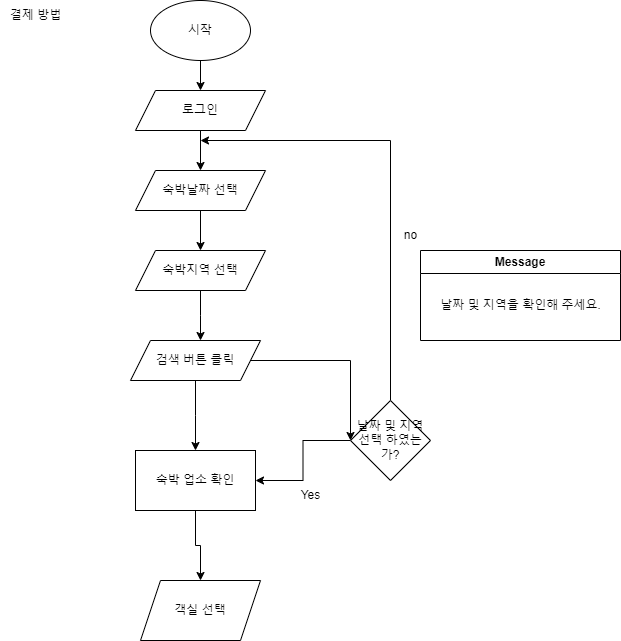
Before: 2023-12-29.drawio.png, a diagram exported from draw.io (rbghrla/study). Source tidied: cells renumbered, new cells last; positions are measured from the earlier drawing's top-left corner, leaving out a move shared by most shapes.
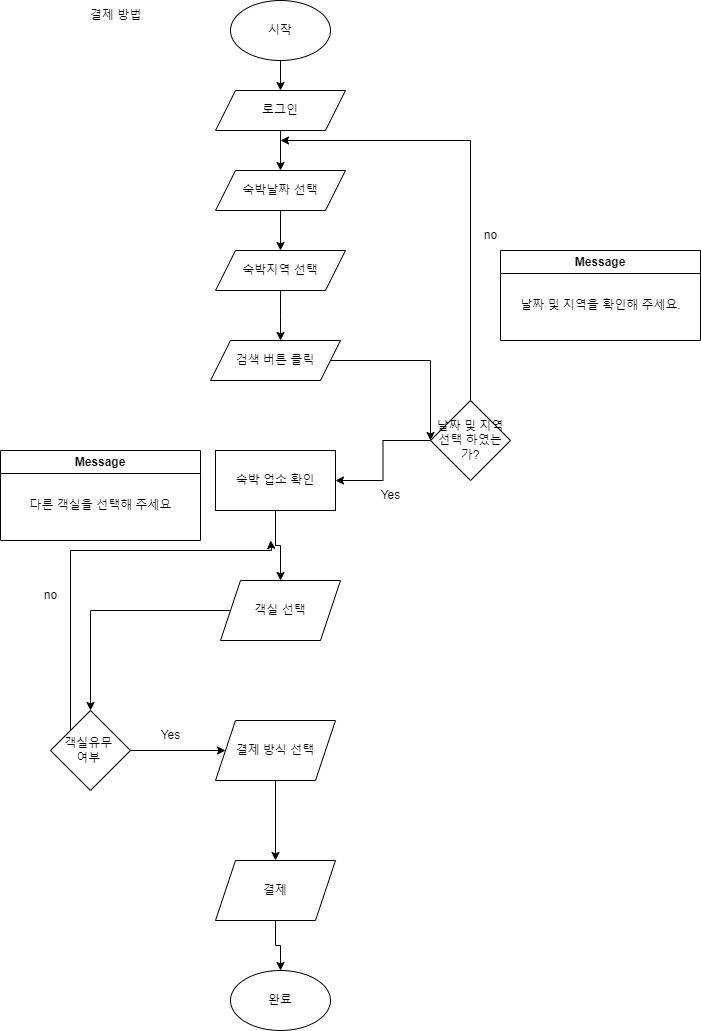
After the commit.

What changed in the source:
```diff
@@ -40,11 +40,6 @@
         </Array>
       </mxGeometry>
     </mxCell>
-    <mxCell id="12" style="edgeStyle=orthogonalEdgeStyle;rounded=0;jettySize=auto;html=1;" parent="1" edge="1" source="13">
-      <mxGeometry relative="1" as="geometry">
-        <mxPoint x="195" y="450" as="targetPoint" />
-      </mxGeometry>
-    </mxCell>
     <mxCell id="13" value="검색 버튼 클릭" style="shape=parallelogram;perimeter=parallelogramPerimeter;whiteSpace=wrap;html=1;fixedSize=1;" parent="1" vertex="1">
       <mxGeometry x="130" y="340" width="130" height="40" as="geometry" />
     </mxCell>
@@ -77,11 +72,56 @@
     <mxCell id="21" value="숙박 업소 확인" style="rounded=0;whiteSpace=wrap;html=1;" parent="1" vertex="1">
       <mxGeometry x="135" y="450" width="120" height="60" as="geometry" />
     </mxCell>
+    <mxCell id="24" style="edgeStyle=orthogonalEdgeStyle;rounded=0;jettySize=auto;html=1;" parent="1" edge="1" source="22" target="27">
+      <mxGeometry relative="1" as="geometry" />
+    </mxCell>
     <mxCell id="22" value="객실 선택" style="shape=parallelogram;perimeter=parallelogramPerimeter;whiteSpace=wrap;html=1;fixedSize=1;" parent="1" vertex="1">
       <mxGeometry x="140" y="580" width="120" height="60" as="geometry" />
     </mxCell>
     <mxCell id="23" value="Yes" style="text;html=1;align=center;verticalAlign=middle;strokeColor=none;fillColor=none;" parent="1" vertex="1">
       <mxGeometry x="290" y="480" width="40" height="30" as="geometry" />
     </mxCell>
+    <mxCell id="25" style="edgeStyle=orthogonalEdgeStyle;rounded=0;jettySize=auto;html=1;exitX=0;exitY=0;exitDx=0;exitDy=0;" parent="1" edge="1" source="27">
+      <mxGeometry relative="1" as="geometry">
+        <mxPoint x="190" y="540" as="targetPoint" />
+        <Array as="points">
+          <mxPoint x="-10" y="550" />
+          <mxPoint x="191" y="550" />
+        </Array>
+      </mxGeometry>
+    </mxCell>
+    <mxCell id="26" style="edgeStyle=orthogonalEdgeStyle;rounded=0;jettySize=auto;html=1;exitX=1;exitY=0.5;exitDx=0;exitDy=0;entryX=0;entryY=0.5;entryDx=0;entryDy=0;" parent="1" edge="1" source="27" target="29">
+      <mxGeometry relative="1" as="geometry" />
+    </mxCell>
+    <mxCell id="27" value="객실유무&amp;nbsp;&lt;br&gt;여부&amp;nbsp;" style="rhombus;whiteSpace=wrap;html=1;" parent="1" vertex="1">
+      <mxGeometry x="-30" y="710" width="80" height="80" as="geometry" />
+    </mxCell>
+    <mxCell id="28" style="edgeStyle=orthogonalEdgeStyle;rounded=0;jettySize=auto;html=1;" parent="1" edge="1" source="29" target="35">
+      <mxGeometry relative="1" as="geometry" />
+    </mxCell>
+    <mxCell id="29" value="결제 방식 선택" style="shape=parallelogram;perimeter=parallelogramPerimeter;whiteSpace=wrap;html=1;fixedSize=1;" parent="1" vertex="1">
+      <mxGeometry x="135" y="720" width="120" height="60" as="geometry" />
+    </mxCell>
+    <mxCell id="30" value="no" style="text;html=1;align=center;verticalAlign=middle;strokeColor=none;fillColor=none;" parent="1" vertex="1">
+      <mxGeometry x="-50" y="580" width="40" height="30" as="geometry" />
+    </mxCell>
+    <mxCell id="31" value="Message" style="swimlane;whiteSpace=wrap;html=1;" parent="1" vertex="1">
+      <mxGeometry x="-80" y="450" width="200" height="90" as="geometry" />
+    </mxCell>
+    <mxCell id="32" value="다른 객실을 선택해 주세요" style="text;html=1;align=center;verticalAlign=middle;strokeColor=none;fillColor=none;" parent="31" vertex="1">
+      <mxGeometry x="15" y="40" width="170" height="30" as="geometry" />
+    </mxCell>
+    <mxCell id="33" value="Yes" style="text;html=1;align=center;verticalAlign=middle;strokeColor=none;fillColor=none;" parent="1" vertex="1">
+      <mxGeometry x="70" y="720" width="40" height="30" as="geometry" />
+    </mxCell>
+    <mxCell id="34" style="edgeStyle=orthogonalEdgeStyle;rounded=0;jettySize=auto;html=1;exitX=0.5;exitY=1;exitDx=0;exitDy=0;entryX=0.5;entryY=0;entryDx=0;entryDy=0;" parent="1" edge="1" source="35" target="36">
+      <mxGeometry relative="1" as="geometry" />
+    </mxCell>
+    <mxCell id="35" value="결제" style="shape=parallelogram;perimeter=parallelogramPerimeter;whiteSpace=wrap;html=1;fixedSize=1;" parent="1" vertex="1">
+      <mxGeometry x="135" y="860" width="120" height="60" as="geometry" />
+    </mxCell>
+    <mxCell id="36" value="완료" style="ellipse;whiteSpace=wrap;html=1;" parent="1" vertex="1">
+      <mxGeometry x="150" y="970" width="100" height="60" as="geometry" />
+    </mxCell>
   </root>
 </mxGraphModel>
```
